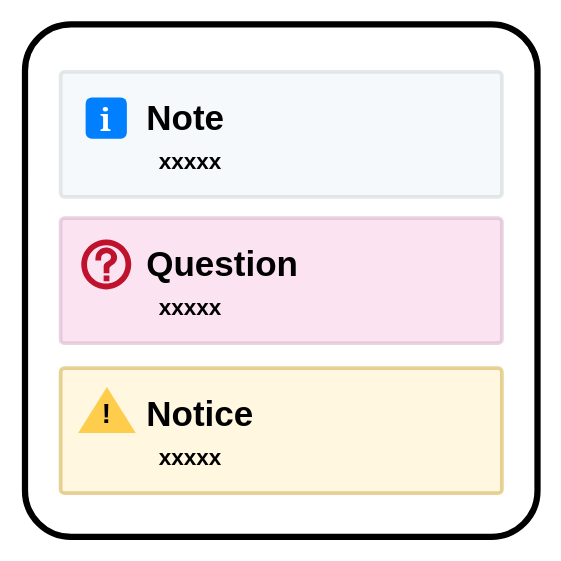
Earlier version of the draw.io diagram vis.drawio (frostime/sy-bq-callout). Source tidied: cells renumbered, new cells numbered last; positions are measured from the earlier drawing's top-left corner, leaving out a move shared by most shapes. Both pictures are drawn from the tidied source at 125%, with x=0, y=0 at pixel (25, 24).
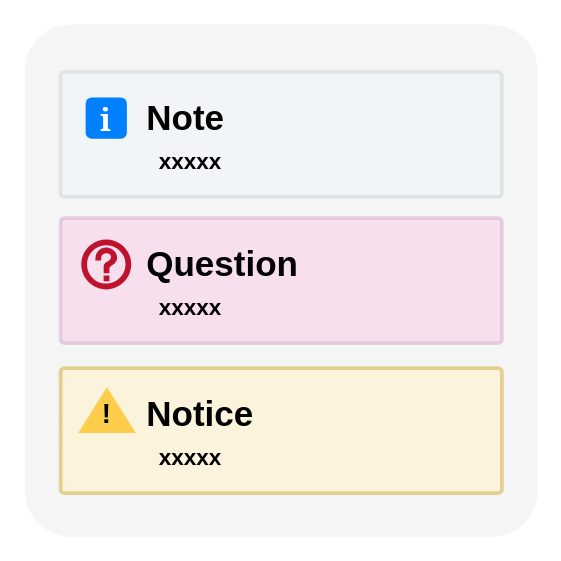
Above is the later version.

The edit, as a diff of the source:
```diff
@@
-    <mxCell id="2" style="rounded=1;whiteSpace=wrap;html=1;strokeWidth=5;arcSize=9;" parent="1" vertex="1">
+    <mxCell id="2" style="rounded=1;whiteSpace=wrap;html=1;strokeWidth=5;arcSize=9;fillColor=#F5F5F5;strokeColor=none;" parent="1" vertex="1">
       <mxGeometry x="-0.5" width="410" height="410" as="geometry" />
     </mxCell>
```
